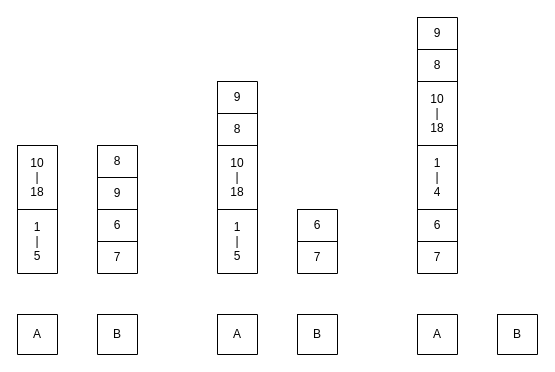
The draw.io diagram page "67確定" (5 of 9) of images/qsort/qsort.dio in welove-t/42Tokyo-push_swap, before the edit. Source tidied: cells renumbered, new cells numbered last; positions are measured from the earlier drawing's top-left corner, leaving out a move shared by most shapes. Both pictures are drawn from the tidied source at 100%, with x=0, y=0 at pixel (17, 17).
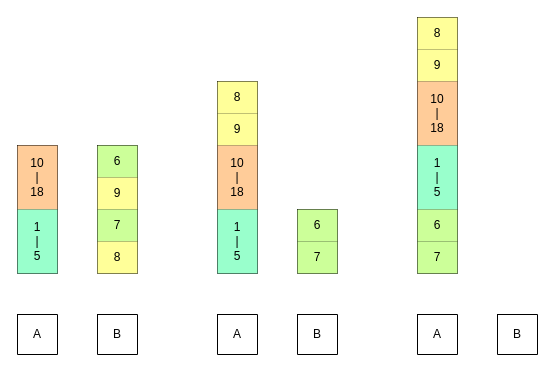
After the change.

Unchanged cells that the change refers to:
```xml
<mxCell id="21" style="shape=tableRow;horizontal=0;startSize=0;swimlaneHead=0;swimlaneBody=0;top=0;left=0;bottom=0;right=0;fillColor=none;" parent="20" vertex="1">
  <mxGeometry width="40" height="64" as="geometry" />
</mxCell>
<mxCell id="23" style="shape=tableRow;horizontal=0;startSize=0;swimlaneHead=0;swimlaneBody=0;top=0;left=0;bottom=0;right=0;fillColor=none;" parent="20" vertex="1">
  <mxGeometry y="64" width="40" height="64" as="geometry" />
</mxCell>
<mxCell id="26" style="shape=tableRow;horizontal=0;startSize=0;swimlaneHead=0;swimlaneBody=0;top=0;left=0;bottom=0;right=0;fillColor=none;" parent="25" vertex="1">
  <mxGeometry width="40" height="32" as="geometry" />
</mxCell>
<mxCell id="28" style="shape=tableRow;horizontal=0;startSize=0;swimlaneHead=0;swimlaneBody=0;top=0;left=0;bottom=0;right=0;fillColor=none;" parent="25" vertex="1">
  <mxGeometry y="32" width="40" height="32" as="geometry" />
</mxCell>
<mxCell id="30" style="shape=tableRow;horizontal=0;startSize=0;swimlaneHead=0;swimlaneBody=0;top=0;left=0;bottom=0;right=0;fillColor=none;" parent="25" vertex="1">
  <mxGeometry y="64" width="40" height="32" as="geometry" />
</mxCell>
<mxCell id="32" style="shape=tableRow;horizontal=0;startSize=0;swimlaneHead=0;swimlaneBody=0;top=0;left=0;bottom=0;right=0;fillColor=none;" parent="25" vertex="1">
  <mxGeometry y="96" width="40" height="32" as="geometry" />
</mxCell>
<mxCell id="35" style="shape=tableRow;horizontal=0;startSize=0;swimlaneHead=0;swimlaneBody=0;top=0;left=0;bottom=0;right=0;fillColor=none;" parent="34" vertex="1">
  <mxGeometry width="40" height="32" as="geometry" />
</mxCell>
<mxCell id="37" style="shape=tableRow;horizontal=0;startSize=0;swimlaneHead=0;swimlaneBody=0;top=0;left=0;bottom=0;right=0;fillColor=none;" parent="34" vertex="1">
  <mxGeometry y="32" width="40" height="32" as="geometry" />
</mxCell>
<mxCell id="39" style="shape=tableRow;horizontal=0;startSize=0;swimlaneHead=0;swimlaneBody=0;top=0;left=0;bottom=0;right=0;fillColor=none;" parent="34" vertex="1">
  <mxGeometry y="64" width="40" height="64" as="geometry" />
</mxCell>
<mxCell id="41" style="shape=tableRow;horizontal=0;startSize=0;swimlaneHead=0;swimlaneBody=0;top=0;left=0;bottom=0;right=0;fillColor=none;" parent="34" vertex="1">
  <mxGeometry y="128" width="40" height="64" as="geometry" />
</mxCell>
<mxCell id="44" style="shape=tableRow;horizontal=0;startSize=0;swimlaneHead=0;swimlaneBody=0;top=0;left=0;bottom=0;right=0;fillColor=none;" parent="43" vertex="1">
  <mxGeometry width="40" height="32" as="geometry" />
</mxCell>
<mxCell id="46" style="shape=tableRow;horizontal=0;startSize=0;swimlaneHead=0;swimlaneBody=0;top=0;left=0;bottom=0;right=0;fillColor=none;" parent="43" vertex="1">
  <mxGeometry y="32" width="40" height="32" as="geometry" />
</mxCell>
<mxCell id="49" style="shape=tableRow;horizontal=0;startSize=0;swimlaneHead=0;swimlaneBody=0;top=0;left=0;bottom=0;right=0;fillColor=none;" parent="48" vertex="1">
  <mxGeometry width="40" height="32" as="geometry" />
</mxCell>
<mxCell id="51" style="shape=tableRow;horizontal=0;startSize=0;swimlaneHead=0;swimlaneBody=0;top=0;left=0;bottom=0;right=0;fillColor=none;" parent="48" vertex="1">
  <mxGeometry y="32" width="40" height="32" as="geometry" />
</mxCell>
<mxCell id="53" style="shape=tableRow;horizontal=0;startSize=0;swimlaneHead=0;swimlaneBody=0;top=0;left=0;bottom=0;right=0;fillColor=none;" parent="48" vertex="1">
  <mxGeometry y="64" width="40" height="64" as="geometry" />
</mxCell>
<mxCell id="55" style="shape=tableRow;horizontal=0;startSize=0;swimlaneHead=0;swimlaneBody=0;top=0;left=0;bottom=0;right=0;fillColor=none;" parent="48" vertex="1">
  <mxGeometry y="128" width="40" height="64" as="geometry" />
</mxCell>
<mxCell id="57" style="shape=tableRow;horizontal=0;startSize=0;swimlaneHead=0;swimlaneBody=0;top=0;left=0;bottom=0;right=0;fillColor=none;" parent="48" vertex="1">
  <mxGeometry y="192" width="40" height="32" as="geometry" />
</mxCell>
<mxCell id="59" style="shape=tableRow;horizontal=0;startSize=0;swimlaneHead=0;swimlaneBody=0;top=0;left=0;bottom=0;right=0;fillColor=none;" parent="48" vertex="1">
  <mxGeometry y="224" width="40" height="32" as="geometry" />
</mxCell>
```

What changed in the source:
```diff
@@
-    <mxCell id="22" value="10&lt;br&gt;|&lt;br&gt;18" style="shape=partialRectangle;html=1;whiteSpace=wrap;overflow=hidden;fillColor=none;top=0;left=0;bottom=0;right=0;" parent="21" vertex="1">
+    <mxCell id="22" value="10&lt;br&gt;|&lt;br&gt;18" style="shape=partialRectangle;html=1;whiteSpace=wrap;overflow=hidden;fillColor=#FFCC99;top=0;left=0;bottom=0;right=0;" parent="21" vertex="1">
       <mxGeometry width="40" height="64" as="geometry" />
     </mxCell>
@@
-    <mxCell id="24" value="1&lt;br&gt;|&lt;br&gt;5" style="shape=partialRectangle;html=1;whiteSpace=wrap;overflow=hidden;fillColor=none;top=0;left=0;bottom=0;right=0;" parent="23" vertex="1">
+    <mxCell id="24" value="1&lt;br&gt;|&lt;br&gt;5" style="shape=partialRectangle;html=1;whiteSpace=wrap;overflow=hidden;fillColor=#99FFCC;top=0;left=0;bottom=0;right=0;" parent="23" vertex="1">
       <mxGeometry width="40" height="64" as="geometry" />
     </mxCell>
@@
-    <mxCell id="27" value="8" style="shape=partialRectangle;html=1;whiteSpace=wrap;overflow=hidden;fillColor=none;top=0;left=0;bottom=0;right=0;" parent="26" vertex="1">
+    <mxCell id="27" value="6" style="shape=partialRectangle;html=1;whiteSpace=wrap;overflow=hidden;fillColor=#CCFF99;top=0;left=0;bottom=0;right=0;" parent="26" vertex="1">
       <mxGeometry width="40" height="32" as="geometry" />
     </mxCell>
@@
-    <mxCell id="29" value="9" style="shape=partialRectangle;html=1;whiteSpace=wrap;overflow=hidden;fillColor=none;top=0;left=0;bottom=0;right=0;" parent="28" vertex="1">
+    <mxCell id="29" value="9" style="shape=partialRectangle;html=1;whiteSpace=wrap;overflow=hidden;fillColor=#FFFF99;top=0;left=0;bottom=0;right=0;" parent="28" vertex="1">
       <mxGeometry width="40" height="32" as="geometry" />
     </mxCell>
@@
-    <mxCell id="31" value="6" style="shape=partialRectangle;html=1;whiteSpace=wrap;overflow=hidden;fillColor=none;top=0;left=0;bottom=0;right=0;" parent="30" vertex="1">
+    <mxCell id="31" value="7" style="shape=partialRectangle;html=1;whiteSpace=wrap;overflow=hidden;fillColor=#CCFF99;top=0;left=0;bottom=0;right=0;" parent="30" vertex="1">
       <mxGeometry width="40" height="32" as="geometry" />
     </mxCell>
@@
-    <mxCell id="33" value="7" style="shape=partialRectangle;html=1;whiteSpace=wrap;overflow=hidden;fillColor=none;top=0;left=0;bottom=0;right=0;" parent="32" vertex="1">
+    <mxCell id="33" value="8" style="shape=partialRectangle;html=1;whiteSpace=wrap;overflow=hidden;fillColor=#FFFF99;top=0;left=0;bottom=0;right=0;" parent="32" vertex="1">
       <mxGeometry width="40" height="32" as="geometry" />
     </mxCell>
@@
-    <mxCell id="36" value="9" style="shape=partialRectangle;html=1;whiteSpace=wrap;overflow=hidden;fillColor=none;top=0;left=0;bottom=0;right=0;" parent="35" vertex="1">
+    <mxCell id="36" value="8" style="shape=partialRectangle;html=1;whiteSpace=wrap;overflow=hidden;fillColor=#FFFF99;top=0;left=0;bottom=0;right=0;" parent="35" vertex="1">
       <mxGeometry width="40" height="32" as="geometry" />
     </mxCell>
@@
-    <mxCell id="38" value="8" style="shape=partialRectangle;html=1;whiteSpace=wrap;overflow=hidden;fillColor=none;top=0;left=0;bottom=0;right=0;" parent="37" vertex="1">
+    <mxCell id="38" value="9" style="shape=partialRectangle;html=1;whiteSpace=wrap;overflow=hidden;fillColor=#FFFF99;top=0;left=0;bottom=0;right=0;" parent="37" vertex="1">
       <mxGeometry width="40" height="32" as="geometry" />
     </mxCell>
@@
-    <mxCell id="40" value="10&lt;br&gt;|&lt;br&gt;18" style="shape=partialRectangle;html=1;whiteSpace=wrap;overflow=hidden;fillColor=none;top=0;left=0;bottom=0;right=0;" parent="39" vertex="1">
+    <mxCell id="40" value="10&lt;br&gt;|&lt;br&gt;18" style="shape=partialRectangle;html=1;whiteSpace=wrap;overflow=hidden;fillColor=#FFCC99;top=0;left=0;bottom=0;right=0;" parent="39" vertex="1">
       <mxGeometry width="40" height="64" as="geometry" />
     </mxCell>
@@
-    <mxCell id="42" value="1&lt;br&gt;|&lt;br&gt;5" style="shape=partialRectangle;html=1;whiteSpace=wrap;overflow=hidden;fillColor=none;top=0;left=0;bottom=0;right=0;" parent="41" vertex="1">
+    <mxCell id="42" value="1&lt;br&gt;|&lt;br&gt;5" style="shape=partialRectangle;html=1;whiteSpace=wrap;overflow=hidden;fillColor=#99FFCC;top=0;left=0;bottom=0;right=0;" parent="41" vertex="1">
       <mxGeometry width="40" height="64" as="geometry" />
     </mxCell>
@@
-    <mxCell id="45" value="6" style="shape=partialRectangle;html=1;whiteSpace=wrap;overflow=hidden;fillColor=none;top=0;left=0;bottom=0;right=0;" parent="44" vertex="1">
+    <mxCell id="45" value="6" style="shape=partialRectangle;html=1;whiteSpace=wrap;overflow=hidden;fillColor=#CCFF99;top=0;left=0;bottom=0;right=0;" parent="44" vertex="1">
       <mxGeometry width="40" height="32" as="geometry" />
     </mxCell>
@@
-    <mxCell id="47" value="7" style="shape=partialRectangle;html=1;whiteSpace=wrap;overflow=hidden;fillColor=none;top=0;left=0;bottom=0;right=0;" parent="46" vertex="1">
+    <mxCell id="47" value="7" style="shape=partialRectangle;html=1;whiteSpace=wrap;overflow=hidden;fillColor=#CCFF99;top=0;left=0;bottom=0;right=0;" parent="46" vertex="1">
       <mxGeometry width="40" height="32" as="geometry" />
     </mxCell>
@@
-    <mxCell id="50" value="9" style="shape=partialRectangle;html=1;whiteSpace=wrap;overflow=hidden;fillColor=none;top=0;left=0;bottom=0;right=0;" parent="49" vertex="1">
+    <mxCell id="50" value="8" style="shape=partialRectangle;html=1;whiteSpace=wrap;overflow=hidden;fillColor=#FFFF99;top=0;left=0;bottom=0;right=0;" parent="49" vertex="1">
       <mxGeometry width="40" height="32" as="geometry" />
     </mxCell>
@@
-    <mxCell id="52" value="8" style="shape=partialRectangle;html=1;whiteSpace=wrap;overflow=hidden;fillColor=none;top=0;left=0;bottom=0;right=0;" parent="51" vertex="1">
+    <mxCell id="52" value="9" style="shape=partialRectangle;html=1;whiteSpace=wrap;overflow=hidden;fillColor=#FFFF99;top=0;left=0;bottom=0;right=0;" parent="51" vertex="1">
       <mxGeometry width="40" height="32" as="geometry" />
     </mxCell>
@@
-    <mxCell id="54" value="10&lt;br&gt;|&lt;br&gt;18" style="shape=partialRectangle;html=1;whiteSpace=wrap;overflow=hidden;fillColor=none;top=0;left=0;bottom=0;right=0;" parent="53" vertex="1">
+    <mxCell id="54" value="10&lt;br&gt;|&lt;br&gt;18" style="shape=partialRectangle;html=1;whiteSpace=wrap;overflow=hidden;fillColor=#FFCC99;top=0;left=0;bottom=0;right=0;" parent="53" vertex="1">
       <mxGeometry width="40" height="64" as="geometry" />
     </mxCell>
@@
-    <mxCell id="56" value="1&lt;br&gt;|&lt;br&gt;4" style="shape=partialRectangle;html=1;whiteSpace=wrap;overflow=hidden;fillColor=none;top=0;left=0;bottom=0;right=0;" parent="55" vertex="1">
+    <mxCell id="56" value="1&lt;br&gt;|&lt;br&gt;5" style="shape=partialRectangle;html=1;whiteSpace=wrap;overflow=hidden;fillColor=#99FFCC;top=0;left=0;bottom=0;right=0;" parent="55" vertex="1">
       <mxGeometry width="40" height="64" as="geometry" />
     </mxCell>
@@
-    <mxCell id="58" value="6" style="shape=partialRectangle;html=1;whiteSpace=wrap;overflow=hidden;fillColor=none;top=0;left=0;bottom=0;right=0;" parent="57" vertex="1">
+    <mxCell id="58" value="6" style="shape=partialRectangle;html=1;whiteSpace=wrap;overflow=hidden;fillColor=#CCFF99;top=0;left=0;bottom=0;right=0;" parent="57" vertex="1">
       <mxGeometry width="40" height="32" as="geometry" />
     </mxCell>
@@
-    <mxCell id="60" value="7" style="shape=partialRectangle;html=1;whiteSpace=wrap;overflow=hidden;fillColor=none;top=0;left=0;bottom=0;right=0;" parent="59" vertex="1">
+    <mxCell id="60" value="7" style="shape=partialRectangle;html=1;whiteSpace=wrap;overflow=hidden;fillColor=#CCFF99;top=0;left=0;bottom=0;right=0;" parent="59" vertex="1">
       <mxGeometry width="40" height="32" as="geometry" />
     </mxCell>
```
